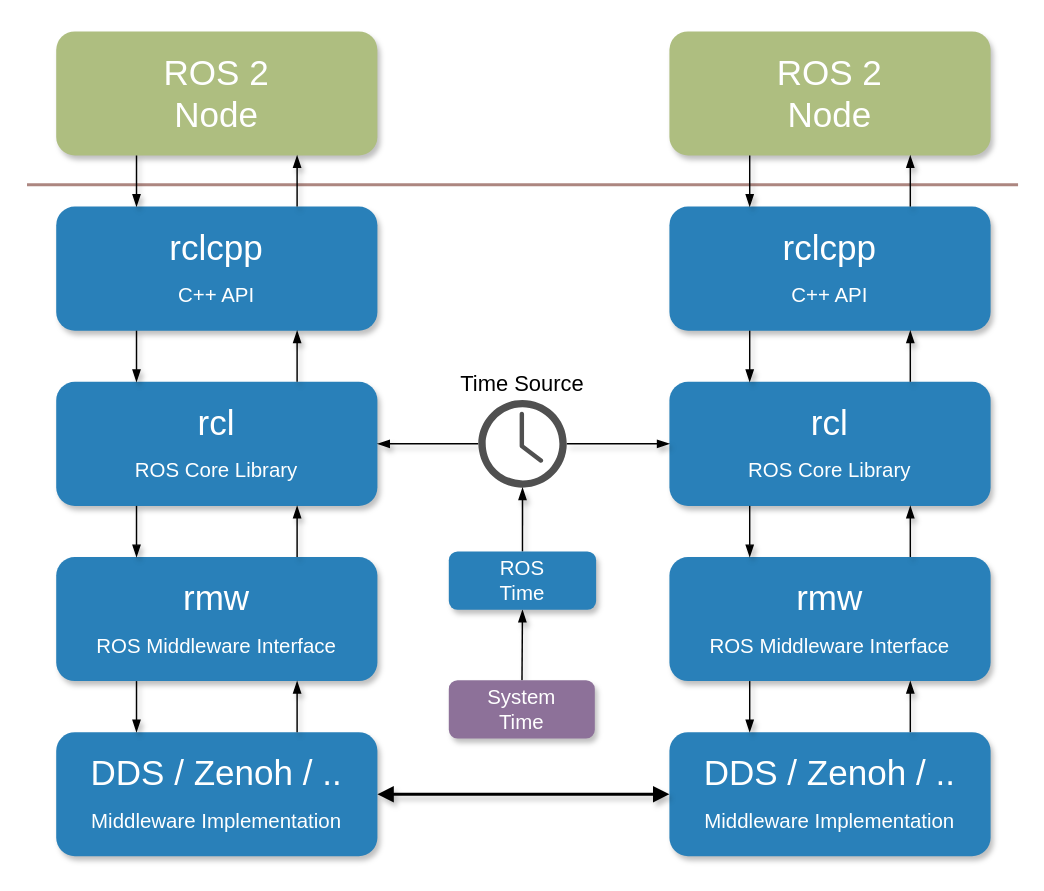
Above: rtest/doc/Concepts/draw.io/ros2_layers.drawio in Beam-and-Spyrosoft/rtest (draw.io), before the change. Source tidied: cells renumbered, new cells numbered last; positions are measured from the earlier drawing's top-left corner, leaving out a move shared by most shapes. Both pictures are drawn from the tidied source at 146%, with x=0, y=0 at pixel (55, -311).
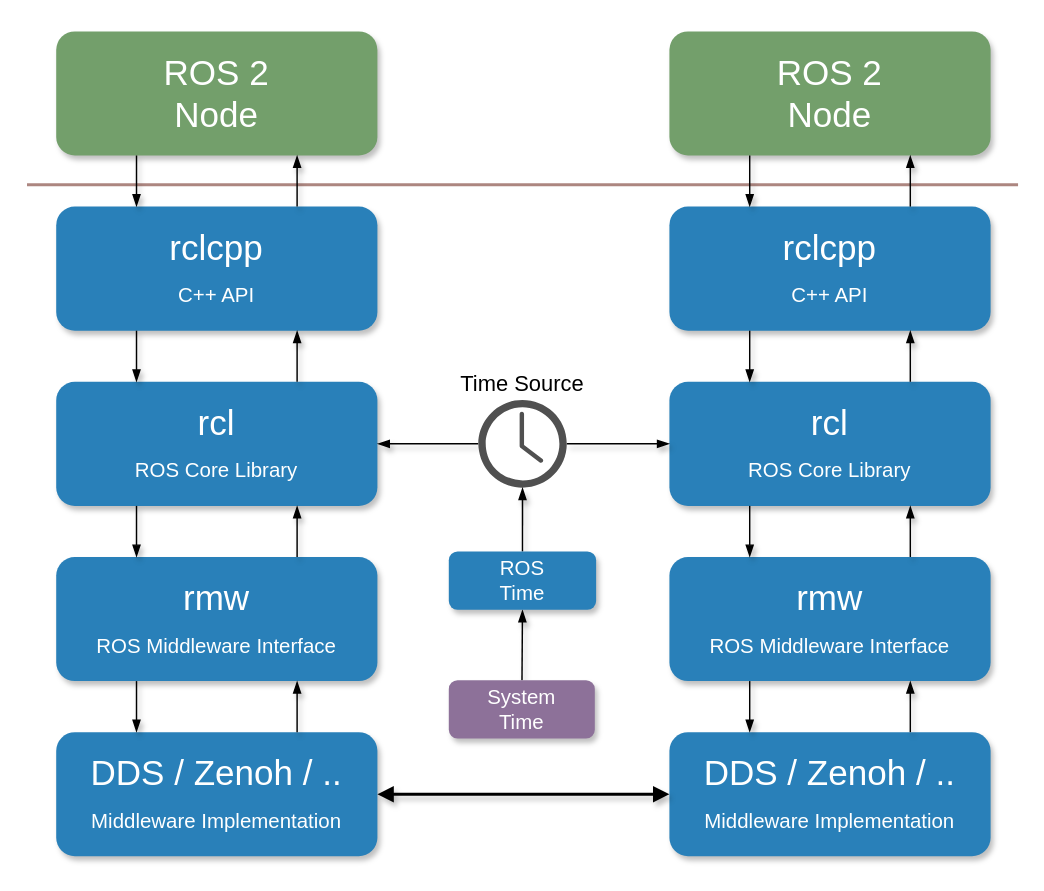
The same diagram, later.

What changed in the source:
```diff
@@
-    <mxCell id="4" value="ROS 2&lt;div&gt;Node&lt;/div&gt;" style="rounded=1;whiteSpace=wrap;html=1;strokeColor=none;strokeWidth=1;fillColor=#AEBE80;fontSize=24;fontColor=#FFFFFF;align=center;gradientColor=none;gradientDirection=east;verticalAlign=middle;shadow=1;" parent="1" vertex="1">
+    <mxCell id="4" value="ROS 2&lt;div&gt;Node&lt;/div&gt;" style="rounded=1;whiteSpace=wrap;html=1;strokeColor=none;strokeWidth=1;fillColor=#739F6B;fontSize=24;fontColor=#FFFFFF;align=center;gradientColor=none;gradientDirection=east;verticalAlign=middle;shadow=1;" parent="1" vertex="1">
       <mxGeometry y="234" width="220" height="85" as="geometry" />
     </mxCell>
@@
-    <mxCell id="17" value="ROS 2&lt;div&gt;Node&lt;/div&gt;" style="rounded=1;whiteSpace=wrap;html=1;strokeColor=none;strokeWidth=1;fillColor=#AEBE80;fontSize=24;fontColor=#FFFFFF;align=center;gradientColor=none;gradientDirection=east;verticalAlign=middle;shadow=1;fontFamily=Helvetica;" parent="1" vertex="1">
+    <mxCell id="17" value="ROS 2&lt;div&gt;Node&lt;/div&gt;" style="rounded=1;whiteSpace=wrap;html=1;strokeColor=none;strokeWidth=1;fillColor=#739F6B;fontSize=24;fontColor=#FFFFFF;align=center;gradientColor=none;gradientDirection=east;verticalAlign=middle;shadow=1;fontFamily=Helvetica;" parent="1" vertex="1">
       <mxGeometry x="420" y="234" width="220" height="85" as="geometry" />
     </mxCell>
```
